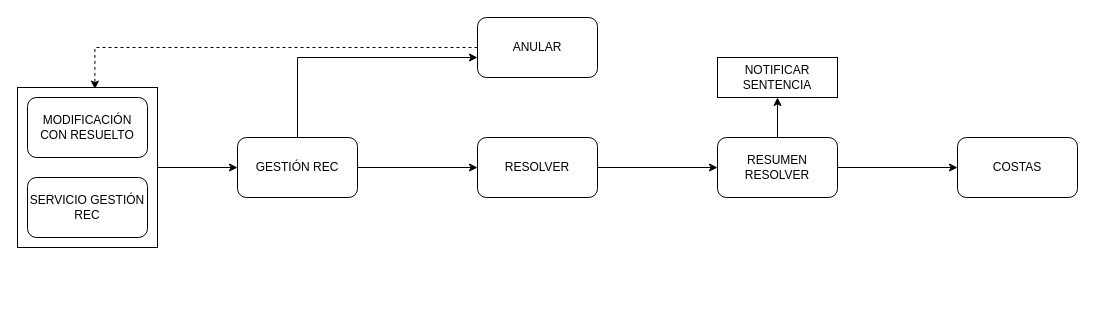
This is page "REC" (4 of 5) of mierdas.drawio from rlop666/diagramas, a draw.io file, before an edit. Source tidied: cells renumbered, new cells numbered last; positions are measured from the earlier drawing's top-left corner, leaving out a move shared by most shapes. Both pictures are drawn from the tidied source at 100%, with x=0, y=0 at pixel (17, 17).
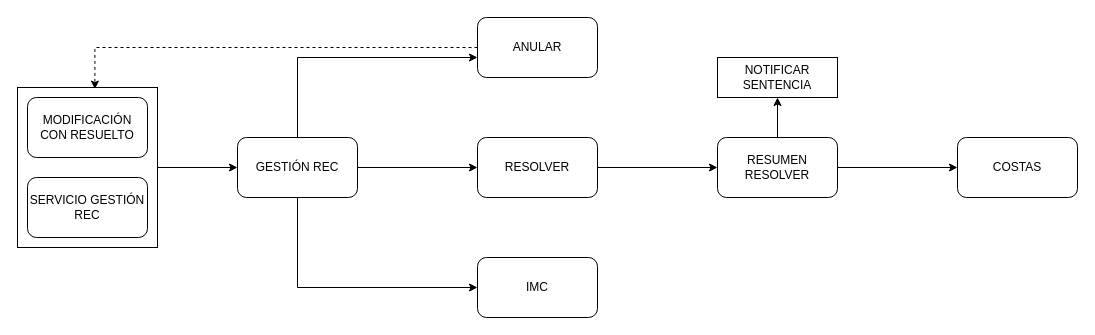
The same page after the edit.

The change refers to these unchanged cells:
```xml
<mxCell id="6" value="GESTIÓN REC" style="rounded=1;whiteSpace=wrap;html=1;" parent="1" vertex="1">
  <mxGeometry x="220" y="120" width="120" height="60" as="geometry" />
</mxCell>
```

What changed in the source:
```diff
@@
+    <mxCell id="18" style="edgeStyle=orthogonalEdgeStyle;rounded=0;jettySize=auto;html=1;" parent="1" edge="1" source="6" target="19">
+      <mxGeometry relative="1" as="geometry">
+        <Array as="points">
+          <mxPoint x="280" y="270" />
+        </Array>
+      </mxGeometry>
+    </mxCell>
@@
+    <mxCell id="19" value="IMC" style="rounded=1;whiteSpace=wrap;html=1;" parent="1" vertex="1">
+      <mxGeometry x="460" y="240" width="120" height="60" as="geometry" />
+    </mxCell>
```
